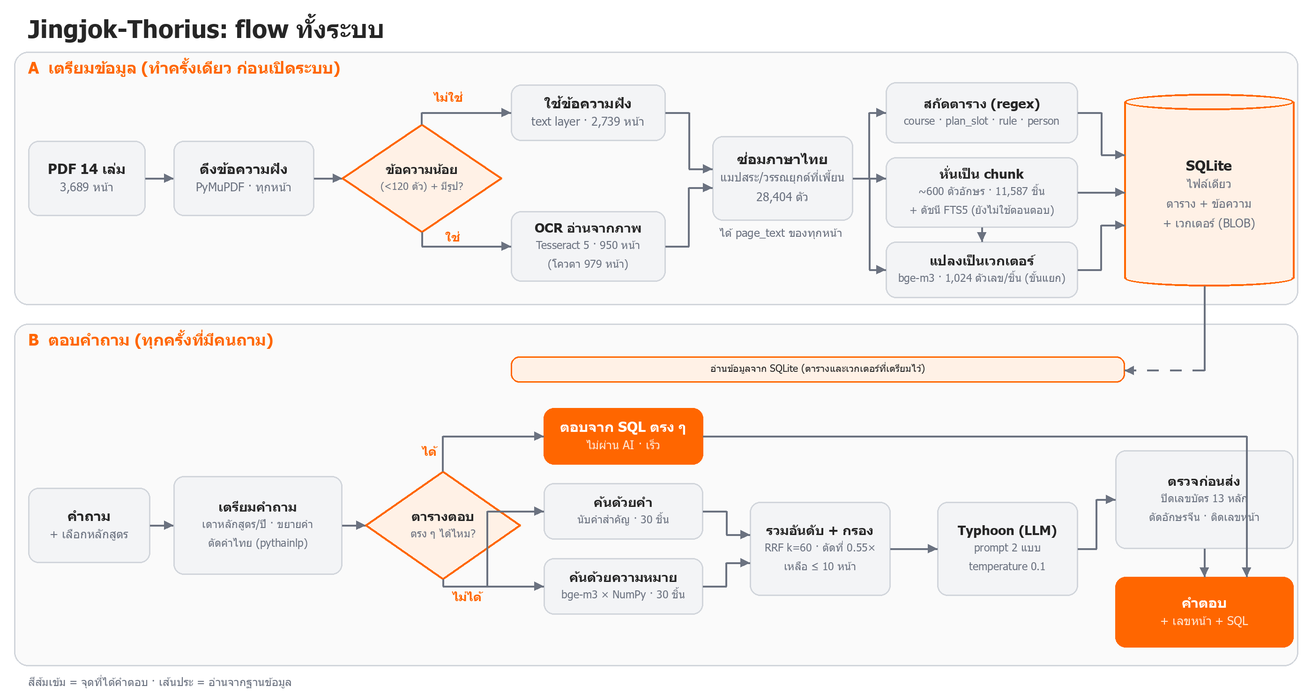
The Mermaid diagram docs/flowchart.png in paldee/OCR-Course, before a commit. Its source is kept beside it as docs/flowchart.mmd. The source it was exported from:
```mermaid
flowchart TD
  subgraph A["A เตรียมข้อมูล (ทำครั้งเดียว ก่อนเปิดระบบ)"]
    direction LR
    PDF["PDF 14 เล่ม<br/>3,689 หน้า"] --> SCORE["ดึงข้อความฝัง<br/>PyMuPDF · ทุกหน้า"]
    SCORE --> Q1{"ข้อความน้อย (<120 ตัว)<br/>และมีรูปภาพ?"}
    Q1 -- "ไม่ใช่" --> TL["ใช้ข้อความฝัง<br/>text layer · 2,739 หน้า"]
    Q1 -- "ใช่" --> OCR["OCR อ่านจากภาพ<br/>Tesseract 5 · 950 หน้า<br/>(โควตา 979 หน้า)"]
    TL --> FIX["ซ่อมภาษาไทย<br/>แมปสระ/วรรณยุกต์ 28,404 ตัว"]
    OCR --> FIX
    FIX --> EXT["สกัดตาราง (regex)<br/>course · plan_slot · rule · person"]
    FIX --> CHK["หั่นเป็น chunk ~600 ตัวอักษร<br/>11,587 ชิ้น + ดัชนี FTS5<br/>(ยังไม่ใช้ตอนตอบ)"]
    CHK --> EMB["แปลงเป็นเวกเตอร์ bge-m3<br/>1,024 ตัวเลข/ชิ้น (ขั้นแยก)"]
    EXT --> DB[("SQLite ไฟล์เดียว<br/>ตาราง + ข้อความ + เวกเตอร์ BLOB")]
    CHK --> DB
    EMB --> DB
  end

  subgraph B["B ตอบคำถาม (ทุกครั้งที่มีคนถาม)"]
    direction LR
    ASK["คำถาม + เลือกหลักสูตร"] --> PREP["เตรียมคำถาม<br/>เดาหลักสูตร/ปี · ขยายคำ<br/>ตัดคำไทย (pythainlp)"]
    PREP --> Q2{"ตารางตอบ<br/>ตรง ๆ ได้ไหม?"}
    Q2 -- "ได้" --> SQL["ตอบจาก SQL ตรง ๆ<br/>ไม่ผ่าน AI · เร็ว"]
    Q2 -- "ไม่ได้" --> LEX["ค้นด้วยคำ<br/>นับคำสำคัญ · 30 ชิ้น"]
    Q2 -- "ไม่ได้" --> SEM["ค้นด้วยความหมาย<br/>bge-m3 × NumPy · 30 ชิ้น"]
    LEX --> RRF["รวมอันดับ + กรอง<br/>RRF k=60 · ตัดที่ 0.55×<br/>เหลือ ≤ 10 หน้า"]
    SEM --> RRF
    RRF --> LLM["Typhoon (LLM)<br/>prompt 2 แบบ · temperature 0.1"]
    LLM --> SAFE["ตรวจก่อนส่ง<br/>ปิดเลขบัตร 13 หลัก<br/>ตัดอักษรจีน · ติดเลขหน้า"]
    SAFE --> ANS(["คำตอบ + เลขหน้า + SQL"])
    SQL --> ANS
  end

  DB -. "อ่านตารางและเวกเตอร์ที่เตรียมไว้" .-> SQL
  DB -. "อ่านตารางและเวกเตอร์ที่เตรียมไว้" .-> LEX
  DB -. "อ่านตารางและเวกเตอร์ที่เตรียมไว้" .-> SEM

  classDef answer fill:#FF6600,stroke:#FF6600,color:#fff
  classDef store fill:#FFF1E6,stroke:#FF6600,color:#262626
  class ANS,SQL answer
  class DB store
```
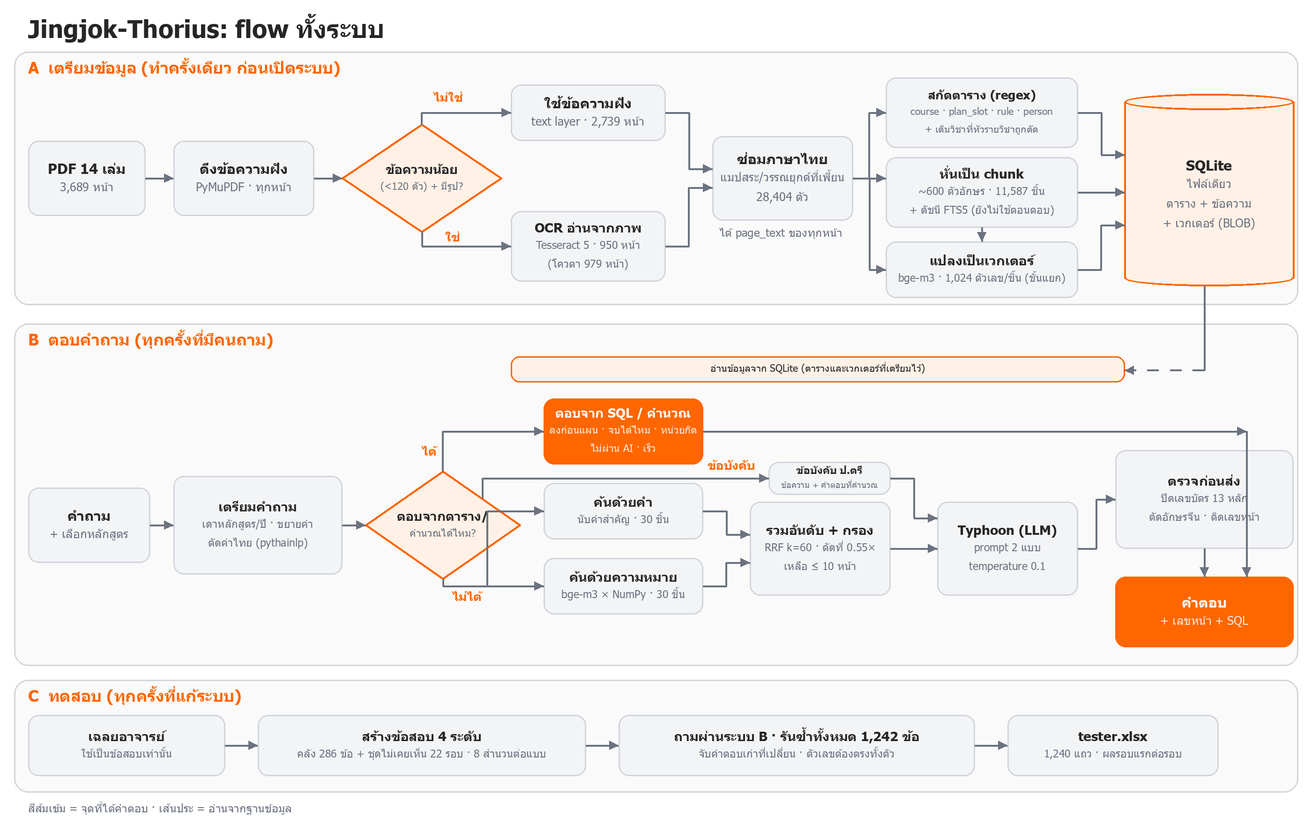
After the commit.

Commit message:
docs: refresh flow chart (multi-step answers, regulation path, test lane), README numbers, ER row counts, and re-run evaluation artifacts on the current database

Change to the diagram source:
```diff
@@ -7,7 +7,7 @@
     Q1 -- "ใช่" --> OCR["OCR อ่านจากภาพ<br/>Tesseract 5 · 950 หน้า<br/>(โควตา 979 หน้า)"]
     TL --> FIX["ซ่อมภาษาไทย<br/>แมปสระ/วรรณยุกต์ 28,404 ตัว"]
     OCR --> FIX
-    FIX --> EXT["สกัดตาราง (regex)<br/>course · plan_slot · rule · person"]
+    FIX --> EXT["สกัดตาราง (regex)<br/>course · plan_slot · rule · person<br/>+ เติมวิชาที่หัวรายวิชาถูกตัดคร่อม chunk"]
     FIX --> CHK["หั่นเป็น chunk ~600 ตัวอักษร<br/>11,587 ชิ้น + ดัชนี FTS5<br/>(ยังไม่ใช้ตอนตอบ)"]
     CHK --> EMB["แปลงเป็นเวกเตอร์ bge-m3<br/>1,024 ตัวเลข/ชิ้น (ขั้นแยก)"]
     EXT --> DB[("SQLite ไฟล์เดียว<br/>ตาราง + ข้อความ + เวกเตอร์ BLOB")]
@@ -18,8 +18,10 @@
   subgraph B["B ตอบคำถาม (ทุกครั้งที่มีคนถาม)"]
     direction LR
     ASK["คำถาม + เลือกหลักสูตร"] --> PREP["เตรียมคำถาม<br/>เดาหลักสูตร/ปี · ขยายคำ<br/>ตัดคำไทย (pythainlp)"]
-    PREP --> Q2{"ตารางตอบ<br/>ตรง ๆ ได้ไหม?"}
-    Q2 -- "ได้" --> SQL["ตอบจาก SQL ตรง ๆ<br/>ไม่ผ่าน AI · เร็ว"]
+    PREP --> Q2{"ตารางตอบ/คำนวณ<br/>ตรง ๆ ได้ไหม?"}
+    Q2 -- "ได้" --> SQL["ตอบจาก SQL / คำนวณจากตาราง<br/>ลงก่อนแผนได้ไหม · จบได้ไหม · หน่วยกิตรวม<br/>ไม่ผ่าน AI · เร็ว"]
+    Q2 -- "ข้อบังคับ ป.ตรี" --> REG["ข้อความข้อบังคับ<br/>+ บรรทัดคำตอบที่คำนวณ"]
+    REG --> LLM
     Q2 -- "ไม่ได้" --> LEX["ค้นด้วยคำ<br/>นับคำสำคัญ · 30 ชิ้น"]
     Q2 -- "ไม่ได้" --> SEM["ค้นด้วยความหมาย<br/>bge-m3 × NumPy · 30 ชิ้น"]
     LEX --> RRF["รวมอันดับ + กรอง<br/>RRF k=60 · ตัดที่ 0.55×<br/>เหลือ ≤ 10 หน้า"]
@@ -30,6 +32,14 @@
     SQL --> ANS
   end
 
+  subgraph C["C ทดสอบ (ทุกครั้งที่แก้ระบบ)"]
+    direction LR
+    GT["เฉลยอาจารย์<br/>(ใช้เป็นข้อสอบเท่านั้น)"] --> GEN["สร้างข้อสอบ: คลัง 286 ข้อ + ชุดไม่เคยเห็น 22 รอบ<br/>8 สำนวนต่อแบบคำถาม · 4 ระดับ"]
+    GEN --> RUN["รันซ้ำทั้งหมด 1,242 ข้อ<br/>จับคำตอบเก่าที่เปลี่ยน · ตัวเลขต้องตรงทั้งตัว"]
+    RUN --> XL["tester.xlsx 1,240 แถว"]
+  end
+  RUN -. "ถามผ่านระบบ B" .-> ASK
+
   DB -. "อ่านตารางและเวกเตอร์ที่เตรียมไว้" .-> SQL
   DB -. "อ่านตารางและเวกเตอร์ที่เตรียมไว้" .-> LEX
   DB -. "อ่านตารางและเวกเตอร์ที่เตรียมไว้" .-> SEM
```
